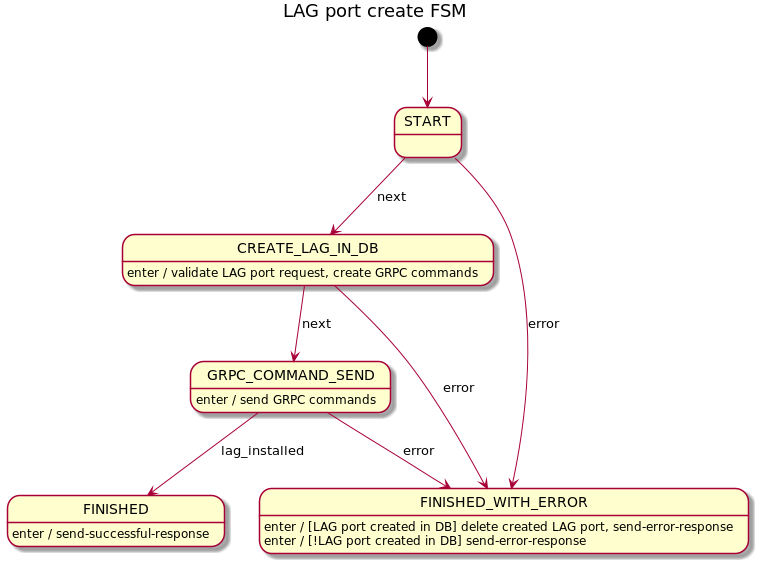
Before: docs/design/hub-and-spoke/lag/create/create-lag-port-fsm.png, a diagram exported from PlantUML (telstra/open-kilda). Source of this version:
```plantuml
@startuml
title LAG port create FSM

[*] --> START

START --> CREATE_LAG_IN_DB : next
START --> FINISHED_WITH_ERROR : error

CREATE_LAG_IN_DB --> GRPC_COMMAND_SEND : next
CREATE_LAG_IN_DB --> FINISHED_WITH_ERROR : error
CREATE_LAG_IN_DB : enter / validate LAG port request, create GRPC commands

GRPC_COMMAND_SEND --> FINISHED : lag_installed
GRPC_COMMAND_SEND --> FINISHED_WITH_ERROR : error
GRPC_COMMAND_SEND : enter / send GRPC commands

FINISHED : enter / send-successful-response

FINISHED_WITH_ERROR : enter / [LAG port created in DB] delete created LAG port, send-error-response
FINISHED_WITH_ERROR : enter / [!LAG port created in DB] send-error-response

@enduml
```
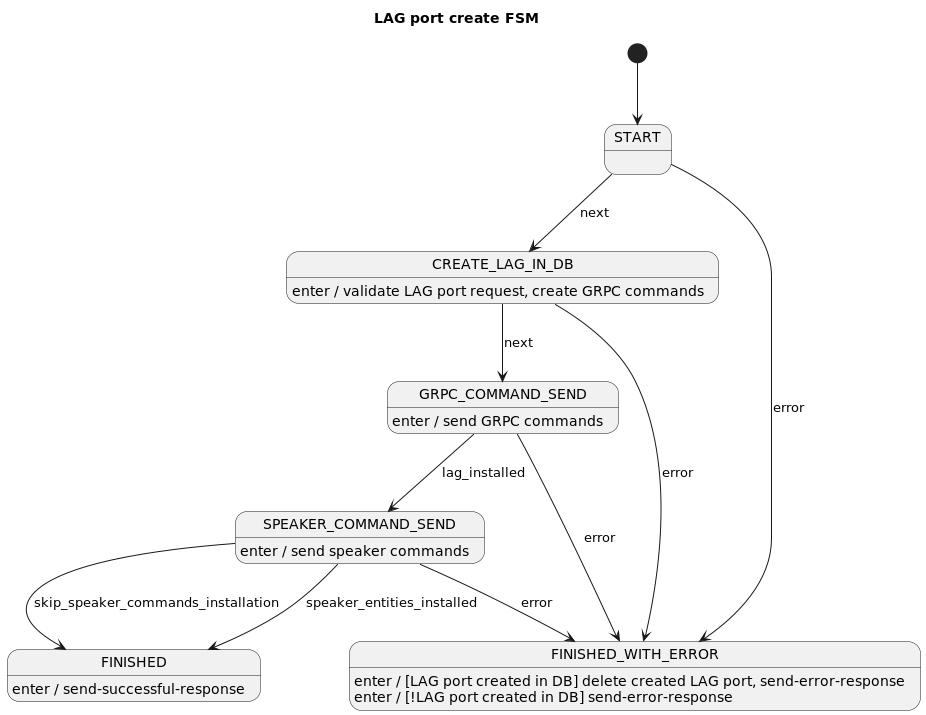
Above is the later version.

Change to the diagram source:
```diff
@@ -10,9 +10,14 @@
 CREATE_LAG_IN_DB --> FINISHED_WITH_ERROR : error
 CREATE_LAG_IN_DB : enter / validate LAG port request, create GRPC commands
 
-GRPC_COMMAND_SEND --> FINISHED : lag_installed
+GRPC_COMMAND_SEND --> SPEAKER_COMMAND_SEND : lag_installed
 GRPC_COMMAND_SEND --> FINISHED_WITH_ERROR : error
 GRPC_COMMAND_SEND : enter / send GRPC commands
+
+SPEAKER_COMMAND_SEND --> FINISHED : skip_speaker_commands_installation
+SPEAKER_COMMAND_SEND --> FINISHED : speaker_entities_installed
+SPEAKER_COMMAND_SEND --> FINISHED_WITH_ERROR : error
+SPEAKER_COMMAND_SEND : enter / send speaker commands
 
 FINISHED : enter / send-successful-response
 
```
